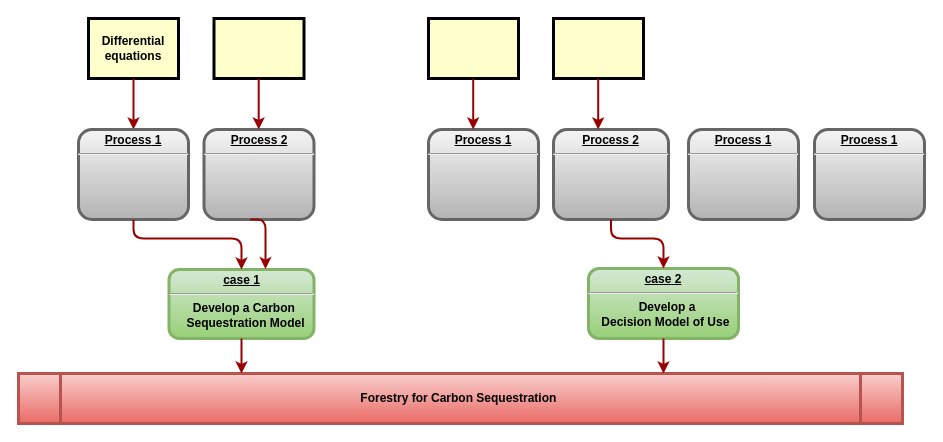
The draw.io diagram Untitled Diagram.drawio in KLGR123/KLGR123.github.io, before the edit. Source tidied: cells renumbered, new cells numbered last; positions are measured from the earlier drawing's top-left corner, leaving out a move shared by most shapes. Both pictures are drawn from the tidied source at 100%, with x=0, y=0 at pixel (18, 18).
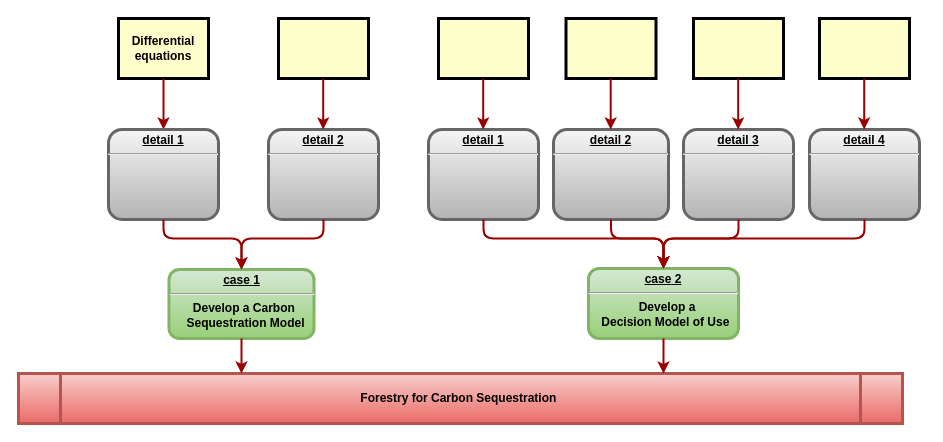
Above is the later version.

The change refers to these unchanged cells:
```xml
<mxCell id="2" value="&lt;p style=&quot;margin: 0px ; margin-top: 4px ; text-align: center ; text-decoration: underline&quot;&gt;&lt;strong&gt;case 1&lt;br&gt;&lt;/strong&gt;&lt;/p&gt;&lt;hr&gt;&lt;p style=&quot;margin: 0px ; margin-left: 8px&quot;&gt;Develop a Carbon&amp;nbsp;&lt;/p&gt;&lt;p style=&quot;margin: 0px ; margin-left: 8px&quot;&gt;Sequestration Model&lt;/p&gt;" style="verticalAlign=middle;align=center;overflow=fill;fontSize=12;fontFamily=Helvetica;html=1;rounded=1;fontStyle=1;strokeWidth=3;fillColor=#d5e8d4;strokeColor=#82b366;gradientColor=#97d077;" parent="1" vertex="1">
  <mxGeometry x="150.5" y="251" width="145" height="69" as="geometry" />
</mxCell>
<mxCell id="5" value="&lt;p style=&quot;margin: 0px ; margin-top: 4px ; text-align: center ; text-decoration: underline&quot;&gt;&lt;strong&gt;case&lt;/strong&gt;&lt;strong&gt;&amp;nbsp;2&lt;/strong&gt;&lt;/p&gt;&lt;hr&gt;&lt;p style=&quot;margin: 0px ; margin-left: 8px&quot;&gt;Develop a&lt;br&gt;&lt;/p&gt;&lt;p style=&quot;margin: 0px ; margin-left: 8px&quot;&gt;Decision Model of Use&amp;nbsp;&lt;/p&gt;" style="verticalAlign=middle;align=center;overflow=fill;fontSize=12;fontFamily=Helvetica;html=1;rounded=1;fontStyle=1;strokeWidth=3;fillColor=#d5e8d4;strokeColor=#82b366;gradientColor=#97d077;" parent="1" vertex="1">
  <mxGeometry x="570" y="250" width="150" height="70" as="geometry" />
</mxCell>
```

What changed in the source:
```diff
@@
     <mxCell id="3" value="Differential equations" style="whiteSpace=wrap;align=center;verticalAlign=middle;fontStyle=1;strokeWidth=3;fillColor=#FFFFCC;" parent="1" vertex="1">
-      <mxGeometry x="70" width="90" height="60" as="geometry" />
+      <mxGeometry x="100" width="90" height="60" as="geometry" />
     </mxCell>
@@
-    <mxCell id="6" value="&lt;p style=&quot;margin: 0px ; margin-top: 4px ; text-align: center ; text-decoration: underline&quot;&gt;&lt;strong&gt;&lt;strong&gt;Process&lt;/strong&gt;&amp;nbsp;2&lt;br&gt;&lt;/strong&gt;&lt;/p&gt;&lt;hr&gt;&lt;p style=&quot;margin: 0px ; margin-left: 8px&quot;&gt;&lt;br&gt;&lt;/p&gt;" style="verticalAlign=middle;align=center;overflow=fill;fontSize=12;fontFamily=Helvetica;html=1;rounded=1;fontStyle=1;strokeWidth=3;fillColor=#f5f5f5;gradientColor=#b3b3b3;strokeColor=#666666;" parent="1" vertex="1">
+    <mxCell id="6" value="&lt;p style=&quot;margin: 0px ; margin-top: 4px ; text-align: center ; text-decoration: underline&quot;&gt;&lt;strong&gt;detail 2&lt;br&gt;&lt;/strong&gt;&lt;/p&gt;&lt;hr&gt;&lt;p style=&quot;margin: 0px ; margin-left: 8px&quot;&gt;&lt;br&gt;&lt;/p&gt;" style="verticalAlign=middle;align=center;overflow=fill;fontSize=12;fontFamily=Helvetica;html=1;rounded=1;fontStyle=1;strokeWidth=3;fillColor=#f5f5f5;gradientColor=#b3b3b3;strokeColor=#666666;" parent="1" vertex="1">
       <mxGeometry x="535" y="111" width="115" height="90" as="geometry" />
     </mxCell>
-    <mxCell id="7" value="&lt;p style=&quot;margin: 0px ; margin-top: 4px ; text-align: center ; text-decoration: underline&quot;&gt;&lt;strong&gt;&lt;strong&gt;Process&lt;/strong&gt;&amp;nbsp;1&lt;br&gt;&lt;/strong&gt;&lt;/p&gt;&lt;hr&gt;&lt;p style=&quot;margin: 0px ; margin-left: 8px&quot;&gt;&lt;br&gt;&lt;/p&gt;" style="verticalAlign=middle;align=center;overflow=fill;fontSize=12;fontFamily=Helvetica;html=1;rounded=1;fontStyle=1;strokeWidth=3;fillColor=#f5f5f5;gradientColor=#b3b3b3;strokeColor=#666666;" parent="1" vertex="1">
+    <mxCell id="7" value="&lt;p style=&quot;margin: 0px ; margin-top: 4px ; text-align: center ; text-decoration: underline&quot;&gt;&lt;strong&gt;&lt;strong&gt;detail&lt;/strong&gt;&amp;nbsp;1&lt;br&gt;&lt;/strong&gt;&lt;/p&gt;&lt;hr&gt;&lt;p style=&quot;margin: 0px ; margin-left: 8px&quot;&gt;&lt;br&gt;&lt;/p&gt;" style="verticalAlign=middle;align=center;overflow=fill;fontSize=12;fontFamily=Helvetica;html=1;rounded=1;fontStyle=1;strokeWidth=3;fillColor=#f5f5f5;gradientColor=#b3b3b3;strokeColor=#666666;" parent="1" vertex="1">
       <mxGeometry x="410" y="111" width="110" height="90" as="geometry" />
     </mxCell>
     <mxCell id="8" style="whiteSpace=wrap;align=center;verticalAlign=middle;fontStyle=1;strokeWidth=3;fillColor=#FFFFCC;" parent="1" vertex="1">
-      <mxGeometry x="410" width="90" height="60" as="geometry" />
+      <mxGeometry x="420" width="90" height="60" as="geometry" />
     </mxCell>
@@
     <mxCell id="13" style="whiteSpace=wrap;align=center;verticalAlign=middle;fontStyle=1;strokeWidth=3;fillColor=#FFFFCC;" parent="1" vertex="1">
-      <mxGeometry x="535" width="90" height="60" as="geometry" />
+      <mxGeometry x="547.5" width="90" height="60" as="geometry" />
     </mxCell>
-    <mxCell id="14" value="&lt;p style=&quot;margin: 0px ; margin-top: 4px ; text-align: center ; text-decoration: underline&quot;&gt;&lt;strong&gt;&lt;strong&gt;Process&lt;/strong&gt;&amp;nbsp;1&lt;br&gt;&lt;/strong&gt;&lt;/p&gt;&lt;hr&gt;&lt;p style=&quot;margin: 0px ; margin-left: 8px&quot;&gt;&lt;br&gt;&lt;/p&gt;" style="verticalAlign=middle;align=center;overflow=fill;fontSize=12;fontFamily=Helvetica;html=1;rounded=1;fontStyle=1;strokeWidth=3;fillColor=#f5f5f5;gradientColor=#b3b3b3;strokeColor=#666666;" parent="1" vertex="1">
-      <mxGeometry x="60" y="111" width="110" height="90" as="geometry" />
+    <mxCell id="14" value="&lt;p style=&quot;margin: 0px ; margin-top: 4px ; text-align: center ; text-decoration: underline&quot;&gt;&lt;strong&gt;detail 1&lt;br&gt;&lt;/strong&gt;&lt;/p&gt;&lt;hr&gt;&lt;p style=&quot;margin: 0px ; margin-left: 8px&quot;&gt;&lt;br&gt;&lt;/p&gt;" style="verticalAlign=middle;align=center;overflow=fill;fontSize=12;fontFamily=Helvetica;html=1;rounded=1;fontStyle=1;strokeWidth=3;fillColor=#f5f5f5;gradientColor=#b3b3b3;strokeColor=#666666;" parent="1" vertex="1">
+      <mxGeometry x="90" y="111" width="110" height="90" as="geometry" />
     </mxCell>
-    <mxCell id="15" value="&lt;p style=&quot;margin: 0px ; margin-top: 4px ; text-align: center ; text-decoration: underline&quot;&gt;&lt;strong&gt;&lt;strong&gt;Process&lt;/strong&gt;&amp;nbsp;2&lt;br&gt;&lt;/strong&gt;&lt;/p&gt;&lt;hr&gt;&lt;p style=&quot;margin: 0px ; margin-left: 8px&quot;&gt;&lt;br&gt;&lt;/p&gt;" style="verticalAlign=middle;align=center;overflow=fill;fontSize=12;fontFamily=Helvetica;html=1;rounded=1;fontStyle=1;strokeWidth=3;fillColor=#f5f5f5;gradientColor=#b3b3b3;strokeColor=#666666;" parent="1" vertex="1">
-      <mxGeometry x="185.5" y="111" width="110" height="90" as="geometry" />
+    <mxCell id="15" value="&lt;p style=&quot;margin: 0px ; margin-top: 4px ; text-align: center ; text-decoration: underline&quot;&gt;&lt;strong&gt;&lt;strong&gt;detail&lt;/strong&gt;&amp;nbsp;2&lt;br&gt;&lt;/strong&gt;&lt;/p&gt;&lt;hr&gt;&lt;p style=&quot;margin: 0px ; margin-left: 8px&quot;&gt;&lt;br&gt;&lt;/p&gt;" style="verticalAlign=middle;align=center;overflow=fill;fontSize=12;fontFamily=Helvetica;html=1;rounded=1;fontStyle=1;strokeWidth=3;fillColor=#f5f5f5;gradientColor=#b3b3b3;strokeColor=#666666;" parent="1" vertex="1">
+      <mxGeometry x="250" y="111" width="110" height="90" as="geometry" />
     </mxCell>
@@
-    <mxCell id="17" style="edgeStyle=elbowEdgeStyle;elbow=horizontal;strokeColor=#990000;strokeWidth=2;entryX=0.664;entryY=-0.006;entryDx=0;entryDy=0;entryPerimeter=0;" parent="1" edge="1" target="2">
-      <mxGeometry relative="1" as="geometry">
-        <mxPoint x="231.7" y="201" as="sourcePoint" />
-        <Array as="points">
-          <mxPoint x="247" y="201" />
-          <mxPoint x="215.7" y="201" />
-          <mxPoint x="240.7" y="241" />
-        </Array>
-      </mxGeometry>
-    </mxCell>
     <mxCell id="18" style="whiteSpace=wrap;align=center;verticalAlign=middle;fontStyle=1;strokeWidth=3;fillColor=#FFFFCC;" parent="1" vertex="1">
-      <mxGeometry x="195.5" width="90" height="60" as="geometry" />
+      <mxGeometry x="260" width="90" height="60" as="geometry" />
     </mxCell>
     <mxCell id="19" style="edgeStyle=none;noEdgeStyle=1;strokeColor=#990000;strokeWidth=2;" parent="1" edge="1">
       <mxGeometry relative="1" as="geometry">
-        <mxPoint x="240.2" y="60" as="sourcePoint" />
-        <mxPoint x="240.2" y="111" as="targetPoint" />
+        <mxPoint x="304.7" y="60" as="sourcePoint" />
+        <mxPoint x="304.7" y="111" as="targetPoint" />
       </mxGeometry>
     </mxCell>
     <mxCell id="20" style="edgeStyle=none;noEdgeStyle=1;strokeColor=#990000;strokeWidth=2;" parent="1" edge="1">
       <mxGeometry relative="1" as="geometry">
-        <mxPoint x="454.7" y="60" as="sourcePoint" />
-        <mxPoint x="454.7" y="111" as="targetPoint" />
+        <mxPoint x="464.7" y="60" as="sourcePoint" />
+        <mxPoint x="464.7" y="111" as="targetPoint" />
       </mxGeometry>
     </mxCell>
     <mxCell id="21" style="edgeStyle=none;noEdgeStyle=1;strokeColor=#990000;strokeWidth=2;" parent="1" edge="1">
       <mxGeometry relative="1" as="geometry">
-        <mxPoint x="579.7" y="60" as="sourcePoint" />
-        <mxPoint x="579.7" y="111" as="targetPoint" />
+        <mxPoint x="592.2" y="60" as="sourcePoint" />
+        <mxPoint x="592.2" y="111" as="targetPoint" />
       </mxGeometry>
     </mxCell>
-    <mxCell id="22" value="&lt;p style=&quot;margin: 0px ; margin-top: 4px ; text-align: center ; text-decoration: underline&quot;&gt;&lt;strong&gt;&lt;strong&gt;Process&lt;/strong&gt;&amp;nbsp;1&lt;br&gt;&lt;/strong&gt;&lt;/p&gt;&lt;hr&gt;&lt;p style=&quot;margin: 0px ; margin-left: 8px&quot;&gt;&lt;br&gt;&lt;/p&gt;" style="verticalAlign=middle;align=center;overflow=fill;fontSize=12;fontFamily=Helvetica;html=1;rounded=1;fontStyle=1;strokeWidth=3;fillColor=#f5f5f5;gradientColor=#b3b3b3;strokeColor=#666666;" parent="1" vertex="1">
-      <mxGeometry x="670" y="111" width="110" height="90" as="geometry" />
+    <mxCell id="22" value="&lt;p style=&quot;margin: 0px ; margin-top: 4px ; text-align: center ; text-decoration: underline&quot;&gt;&lt;strong&gt;detail 3&lt;br&gt;&lt;/strong&gt;&lt;/p&gt;&lt;hr&gt;&lt;p style=&quot;margin: 0px ; margin-left: 8px&quot;&gt;&lt;br&gt;&lt;/p&gt;" style="verticalAlign=middle;align=center;overflow=fill;fontSize=12;fontFamily=Helvetica;html=1;rounded=1;fontStyle=1;strokeWidth=3;fillColor=#f5f5f5;gradientColor=#b3b3b3;strokeColor=#666666;" parent="1" vertex="1">
+      <mxGeometry x="665" y="111" width="110" height="90" as="geometry" />
     </mxCell>
-    <mxCell id="23" value="&lt;p style=&quot;margin: 0px ; margin-top: 4px ; text-align: center ; text-decoration: underline&quot;&gt;&lt;strong&gt;&lt;strong&gt;Process&lt;/strong&gt;&amp;nbsp;1&lt;br&gt;&lt;/strong&gt;&lt;/p&gt;&lt;hr&gt;&lt;p style=&quot;margin: 0px ; margin-left: 8px&quot;&gt;&lt;br&gt;&lt;/p&gt;" style="verticalAlign=middle;align=center;overflow=fill;fontSize=12;fontFamily=Helvetica;html=1;rounded=1;fontStyle=1;strokeWidth=3;fillColor=#f5f5f5;gradientColor=#b3b3b3;strokeColor=#666666;" parent="1" vertex="1">
-      <mxGeometry x="796" y="111" width="110" height="90" as="geometry" />
+    <mxCell id="23" value="&lt;p style=&quot;margin: 0px ; margin-top: 4px ; text-align: center ; text-decoration: underline&quot;&gt;&lt;strong&gt;detail 4&lt;br&gt;&lt;/strong&gt;&lt;/p&gt;&lt;hr&gt;&lt;p style=&quot;margin: 0px ; margin-left: 8px&quot;&gt;&lt;br&gt;&lt;/p&gt;" style="verticalAlign=middle;align=center;overflow=fill;fontSize=12;fontFamily=Helvetica;html=1;rounded=1;fontStyle=1;strokeWidth=3;fillColor=#f5f5f5;gradientColor=#b3b3b3;strokeColor=#666666;" parent="1" vertex="1">
+      <mxGeometry x="791" y="111" width="110" height="90" as="geometry" />
     </mxCell>
+    <mxCell id="24" style="edgeStyle=elbowEdgeStyle;elbow=vertical;strokeColor=#990000;strokeWidth=2;exitX=0.5;exitY=1;exitDx=0;exitDy=0;entryX=0.5;entryY=0;entryDx=0;entryDy=0;" parent="1" edge="1" source="7" target="5">
+      <mxGeometry relative="1" as="geometry">
+        <Array as="points">
+          <mxPoint x="520" y="220" />
+          <mxPoint x="490" y="220" />
+          <mxPoint x="480" y="230" />
+        </Array>
+      </mxGeometry>
+    </mxCell>
+    <mxCell id="25" style="edgeStyle=elbowEdgeStyle;elbow=vertical;strokeColor=#990000;strokeWidth=2;exitX=0.5;exitY=1;exitDx=0;exitDy=0;entryX=0.5;entryY=0;entryDx=0;entryDy=0;" parent="1" edge="1" source="22" target="5">
+      <mxGeometry relative="1" as="geometry">
+        <Array as="points">
+          <mxPoint x="680" y="220" />
+          <mxPoint x="680" y="210" />
+          <mxPoint x="675" y="230" />
+          <mxPoint x="665" y="240" />
+        </Array>
+      </mxGeometry>
+    </mxCell>
+    <mxCell id="26" style="edgeStyle=elbowEdgeStyle;elbow=vertical;strokeColor=#990000;strokeWidth=2;exitX=0.5;exitY=1;exitDx=0;exitDy=0;entryX=0.5;entryY=0;entryDx=0;entryDy=0;" parent="1" edge="1" source="23" target="5">
+      <mxGeometry relative="1" as="geometry">
+        <Array as="points">
+          <mxPoint x="740" y="220" />
+          <mxPoint x="690" y="220" />
+          <mxPoint x="685" y="240" />
+          <mxPoint x="675" y="250" />
+        </Array>
+      </mxGeometry>
+    </mxCell>
+    <mxCell id="27" style="edgeStyle=elbowEdgeStyle;elbow=vertical;strokeColor=#990000;strokeWidth=2;exitX=0.5;exitY=1;exitDx=0;exitDy=0;entryX=0.5;entryY=0;entryDx=0;entryDy=0;" parent="1" edge="1" source="15" target="2">
+      <mxGeometry relative="1" as="geometry">
+        <Array as="points">
+          <mxPoint x="270" y="220" />
+          <mxPoint x="467" y="230" />
+          <mxPoint x="457" y="240" />
+        </Array>
+      </mxGeometry>
+    </mxCell>
+    <mxCell id="28" style="whiteSpace=wrap;align=center;verticalAlign=middle;fontStyle=1;strokeWidth=3;fillColor=#FFFFCC;" parent="1" vertex="1">
+      <mxGeometry x="675" width="90" height="60" as="geometry" />
+    </mxCell>
+    <mxCell id="29" style="edgeStyle=none;noEdgeStyle=1;strokeColor=#990000;strokeWidth=2;" parent="1" edge="1">
+      <mxGeometry relative="1" as="geometry">
+        <mxPoint x="719.7" y="60" as="sourcePoint" />
+        <mxPoint x="719.7" y="111" as="targetPoint" />
+      </mxGeometry>
+    </mxCell>
+    <mxCell id="30" style="whiteSpace=wrap;align=center;verticalAlign=middle;fontStyle=1;strokeWidth=3;fillColor=#FFFFCC;" parent="1" vertex="1">
+      <mxGeometry x="801" width="90" height="60" as="geometry" />
+    </mxCell>
+    <mxCell id="31" style="edgeStyle=none;noEdgeStyle=1;strokeColor=#990000;strokeWidth=2;" parent="1" edge="1">
+      <mxGeometry relative="1" as="geometry">
+        <mxPoint x="845.7" y="60" as="sourcePoint" />
+        <mxPoint x="845.7" y="111" as="targetPoint" />
+      </mxGeometry>
+    </mxCell>
```
